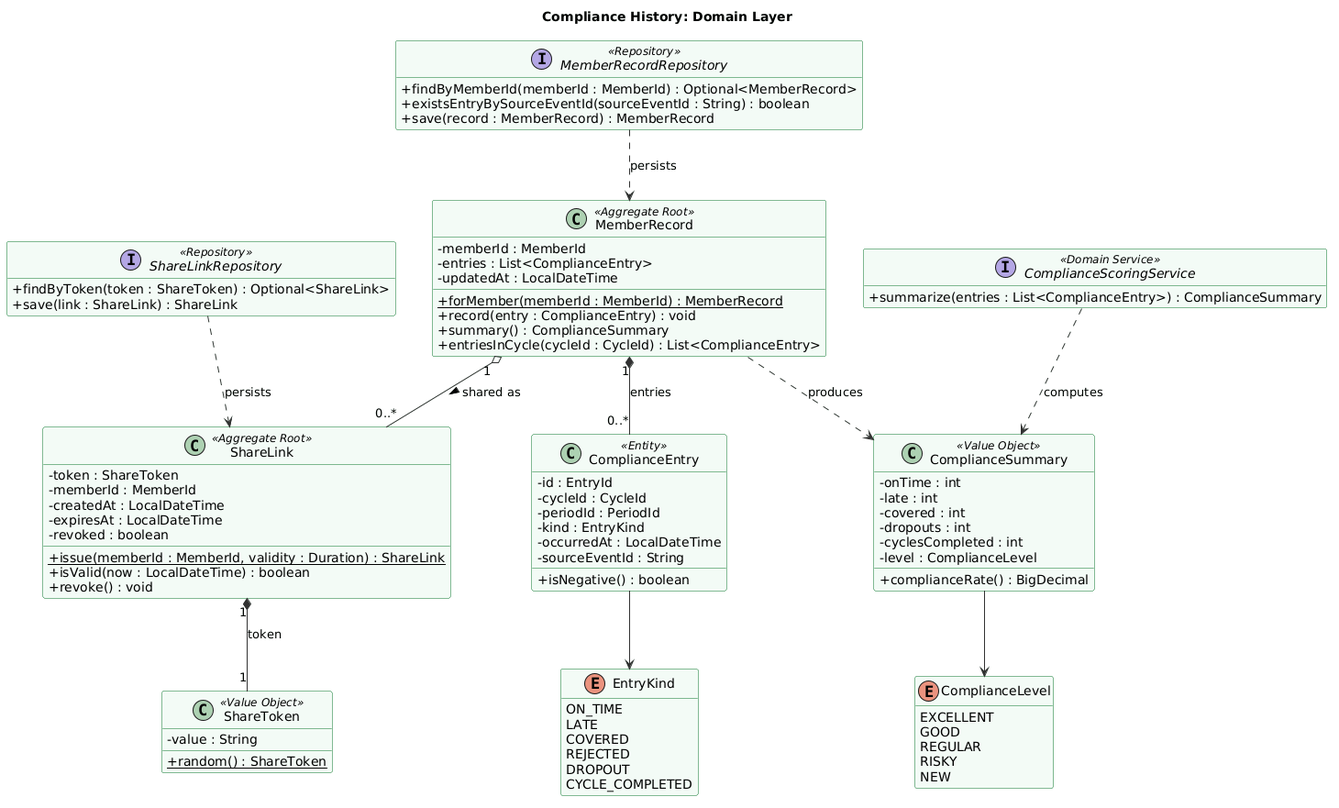
Before: docs/images/chapter_2/uml_compliance_history_domain.png, a diagram exported from PlantUML (kerolabs/pozzo-doc).
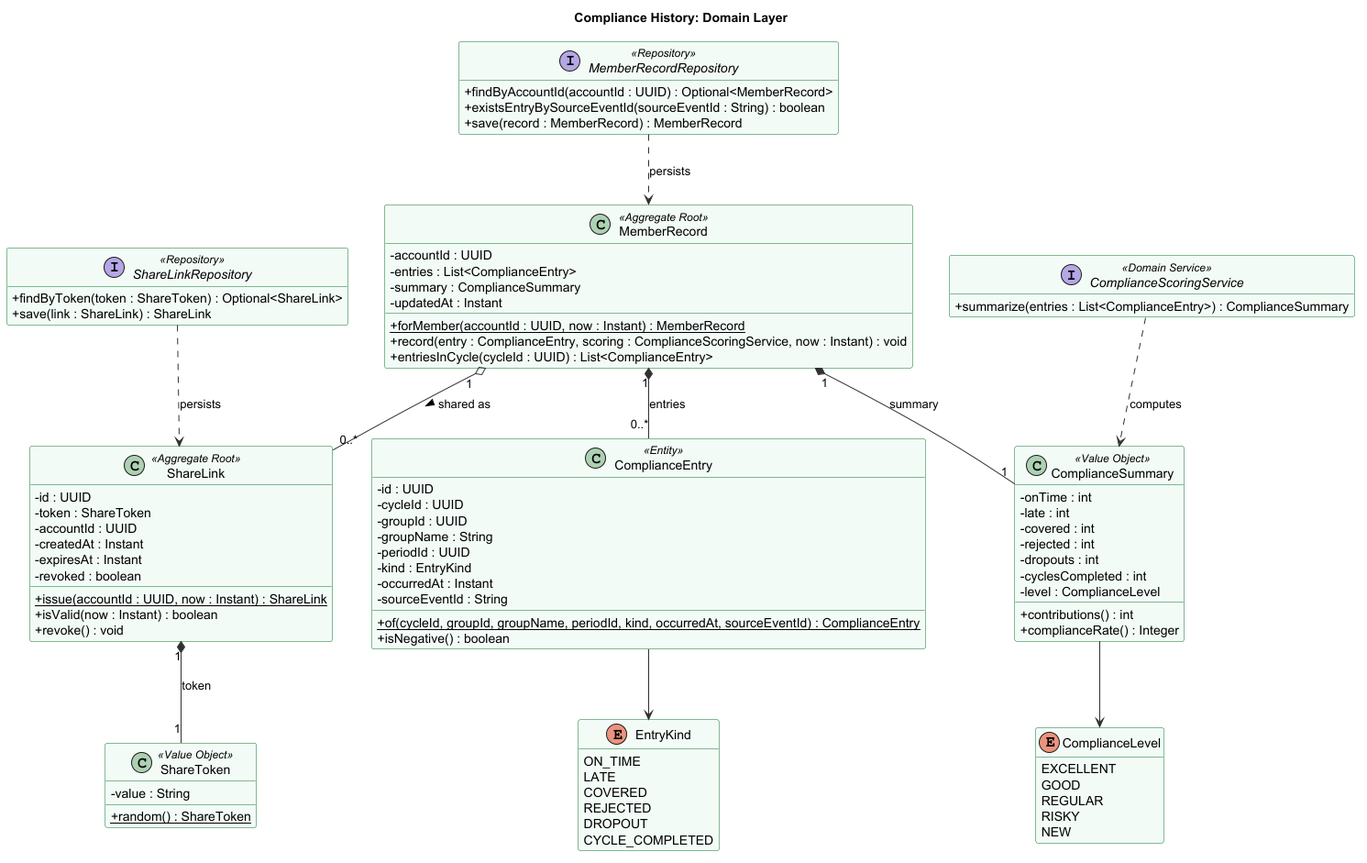
The same diagram one commit later.

Change to the diagram source:
```diff
@@ -21,33 +21,37 @@
 hide empty members
 
   class MemberRecord <<Aggregate Root>> {
-    - memberId : MemberId
+    - accountId : UUID
     - entries : List<ComplianceEntry>
-    - updatedAt : LocalDateTime
-    + forMember(memberId : MemberId) : MemberRecord {static}
-    + record(entry : ComplianceEntry) : void
-    + summary() : ComplianceSummary
-    + entriesInCycle(cycleId : CycleId) : List<ComplianceEntry>
+    - summary : ComplianceSummary
+    - updatedAt : Instant
+    + forMember(accountId : UUID, now : Instant) : MemberRecord {static}
+    + record(entry : ComplianceEntry, scoring : ComplianceScoringService, now : Instant) : void
+    + entriesInCycle(cycleId : UUID) : List<ComplianceEntry>
   }
 
   class ShareLink <<Aggregate Root>> {
+    - id : UUID
     - token : ShareToken
-    - memberId : MemberId
-    - createdAt : LocalDateTime
-    - expiresAt : LocalDateTime
+    - accountId : UUID
+    - createdAt : Instant
+    - expiresAt : Instant
     - revoked : boolean
-    + issue(memberId : MemberId, validity : Duration) : ShareLink {static}
-    + isValid(now : LocalDateTime) : boolean
+    + issue(accountId : UUID, now : Instant) : ShareLink {static}
+    + isValid(now : Instant) : boolean
     + revoke() : void
   }
 
   class ComplianceEntry <<Entity>> {
-    - id : EntryId
-    - cycleId : CycleId
-    - periodId : PeriodId
+    - id : UUID
+    - cycleId : UUID
+    - groupId : UUID
+    - groupName : String
+    - periodId : UUID
     - kind : EntryKind
-    - occurredAt : LocalDateTime
+    - occurredAt : Instant
     - sourceEventId : String
+    + of(cycleId, groupId, groupName, periodId, kind, occurredAt, sourceEventId) : ComplianceEntry {static}
     + isNegative() : boolean
   }
 
@@ -55,10 +59,12 @@
     - onTime : int
     - late : int
     - covered : int
+    - rejected : int
     - dropouts : int
     - cyclesCompleted : int
     - level : ComplianceLevel
-    + complianceRate() : BigDecimal
+    + contributions() : int
+    + complianceRate() : Integer
   }
   class ShareToken <<Value Object>> {
     - value : String
@@ -86,7 +92,7 @@
   }
 
   interface MemberRecordRepository <<Repository>> {
-    + findByMemberId(memberId : MemberId) : Optional<MemberRecord>
+    + findByAccountId(accountId : UUID) : Optional<MemberRecord>
     + existsEntryBySourceEventId(sourceEventId : String) : boolean
     + save(record : MemberRecord) : MemberRecord
   }
@@ -96,7 +102,7 @@
   }
 
 MemberRecord "1" *-- "0..*" ComplianceEntry : entries
-MemberRecord ..> ComplianceSummary : produces
+MemberRecord "1" *-- "1" ComplianceSummary : summary
 MemberRecord "1" o-- "0..*" ShareLink : shared as >
 ShareLink "1" *-- "1" ShareToken : token
 ComplianceEntry --> EntryKind
```
